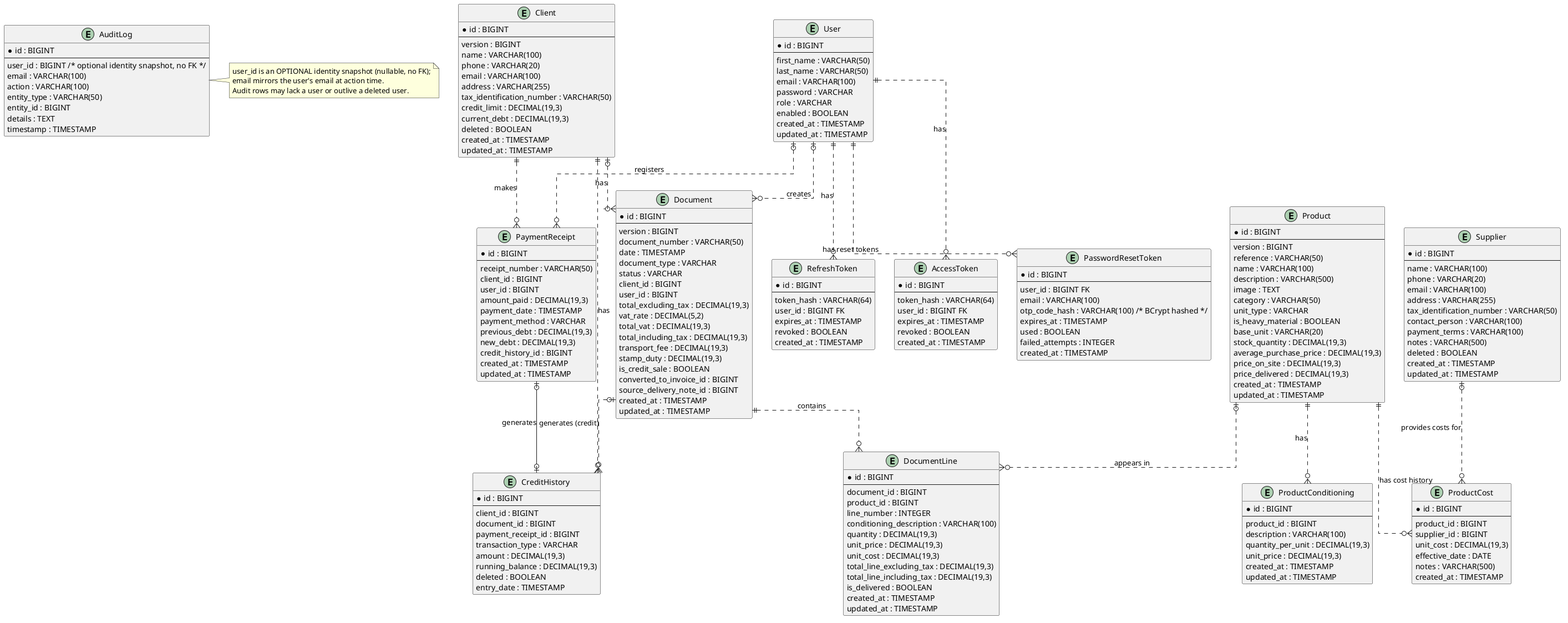
The PlantUML diagram docs/images/Hardware-Store-Entity-Relationships.png in mAmineChniti/hardware_store, before a commit.
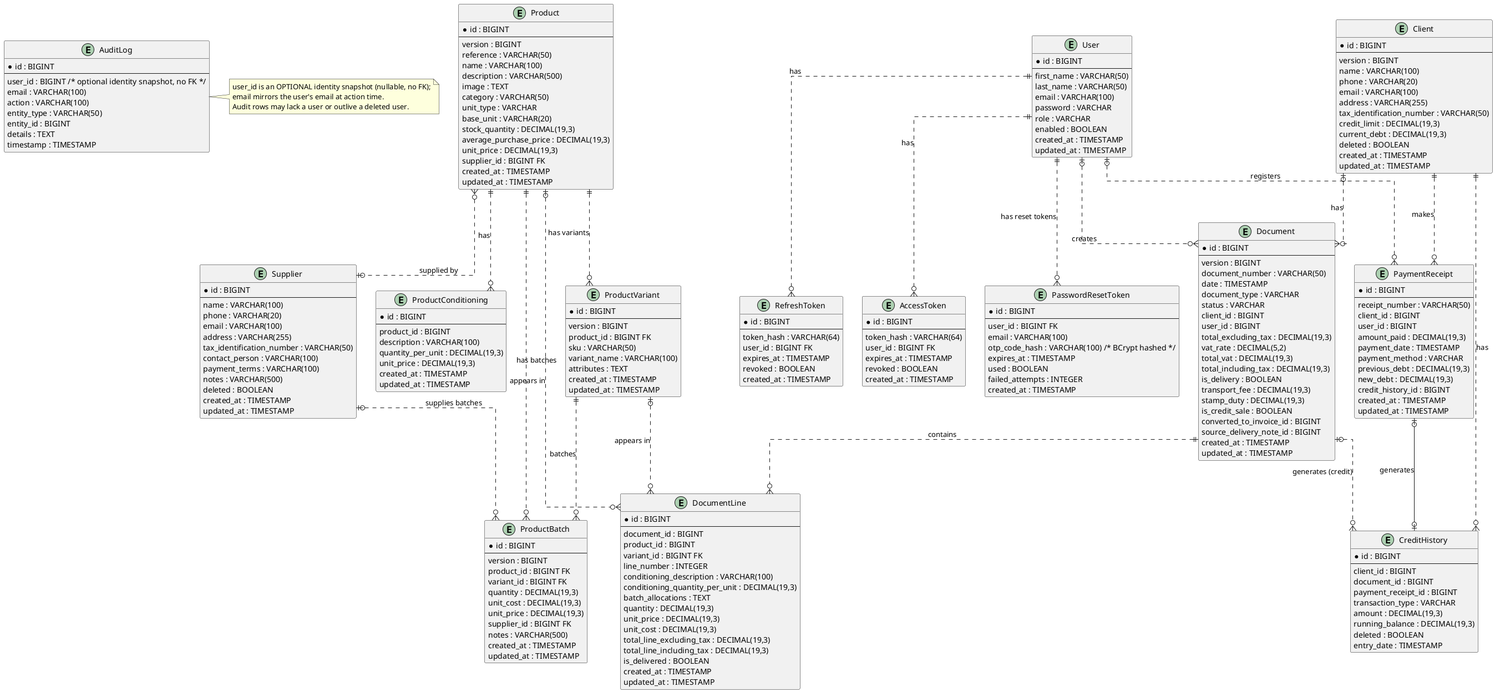
Above is the later version.

Change to the diagram source:
```diff
@@ -57,12 +57,23 @@
   image : TEXT
   category : VARCHAR(50)
   unit_type : VARCHAR
-  is_heavy_material : BOOLEAN
   base_unit : VARCHAR(20)
   stock_quantity : DECIMAL(19,3)
   average_purchase_price : DECIMAL(19,3)
-  price_on_site : DECIMAL(19,3)
-  price_delivered : DECIMAL(19,3)
+  unit_price : DECIMAL(19,3)
+  supplier_id : BIGINT FK
+  created_at : TIMESTAMP
+  updated_at : TIMESTAMP
+}
+
+entity "ProductVariant" as product_variant {
+  *id : BIGINT
+  --
+  version : BIGINT
+  product_id : BIGINT FK
+  sku : VARCHAR(50)
+  variant_name : VARCHAR(100)
+  attributes : TEXT
   created_at : TIMESTAMP
   updated_at : TIMESTAMP
 }
@@ -78,15 +89,19 @@
   updated_at : TIMESTAMP
 }
 
-entity "ProductCost" as product_cost {
+entity "ProductBatch" as product_batch {
   *id : BIGINT
   --
-  product_id : BIGINT
-  supplier_id : BIGINT
+  version : BIGINT
+  product_id : BIGINT FK
+  variant_id : BIGINT FK
+  quantity : DECIMAL(19,3)
   unit_cost : DECIMAL(19,3)
-  effective_date : DATE
+  unit_price : DECIMAL(19,3)
+  supplier_id : BIGINT FK
   notes : VARCHAR(500)
   created_at : TIMESTAMP
+  updated_at : TIMESTAMP
 }
 
 entity "Document" as document {
@@ -103,6 +118,7 @@
   vat_rate : DECIMAL(5,2)
   total_vat : DECIMAL(19,3)
   total_including_tax : DECIMAL(19,3)
+  is_delivery : BOOLEAN
   transport_fee : DECIMAL(19,3)
   stamp_duty : DECIMAL(19,3)
   is_credit_sale : BOOLEAN
@@ -117,8 +133,11 @@
   --
   document_id : BIGINT
   product_id : BIGINT
+  variant_id : BIGINT FK
   line_number : INTEGER
   conditioning_description : VARCHAR(100)
+  conditioning_quantity_per_unit : DECIMAL(19,3)
+  batch_allocations : TEXT
   quantity : DECIMAL(19,3)
   unit_price : DECIMAL(19,3)
   unit_cost : DECIMAL(19,3)
@@ -220,10 +239,15 @@
 client ||..o{ credit_history : "has"
 
 product ||..o{ conditioning : "has"
-product ||..o{ product_cost : "has cost history"
+product ||..o{ product_variant : "has variants"
+product ||..o{ product_batch : "has batches"
 product |o..o{ document_line : "appears in"
+product }o..o| supplier : "supplied by"
 
-supplier |o..o{ product_cost : "provides costs for"
+product_variant ||..o{ product_batch : "batches"
+product_variant |o..o{ document_line : "appears in"
+
+supplier |o..o{ product_batch : "supplies batches"
 
 document ||..o{ document_line : "contains"
 document |o..o{ credit_history : "generates (credit)"
```
